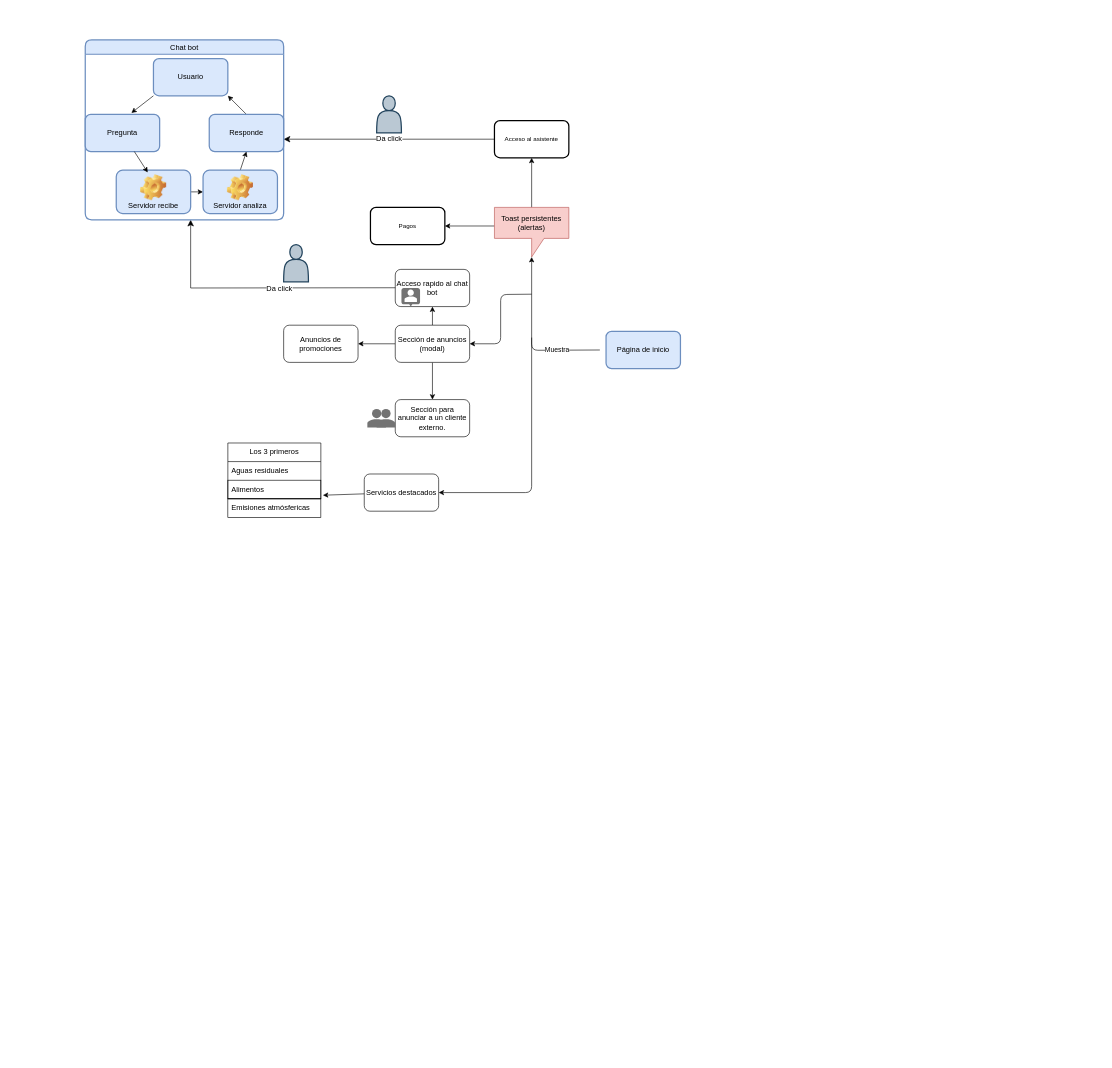
Above: page "Inicio" (2 of 6) of diagrama_flujo_acciones_NEXUS.drawio in JIvanRL/ICAYS_NEXUS (draw.io), before the change. Source tidied: cells renumbered, new cells numbered last; positions are measured from the earlier drawing's top-left corner, leaving out a move shared by most shapes. Both pictures are drawn from the tidied source at 62%, with x=0, y=0 at pixel (85, 40).
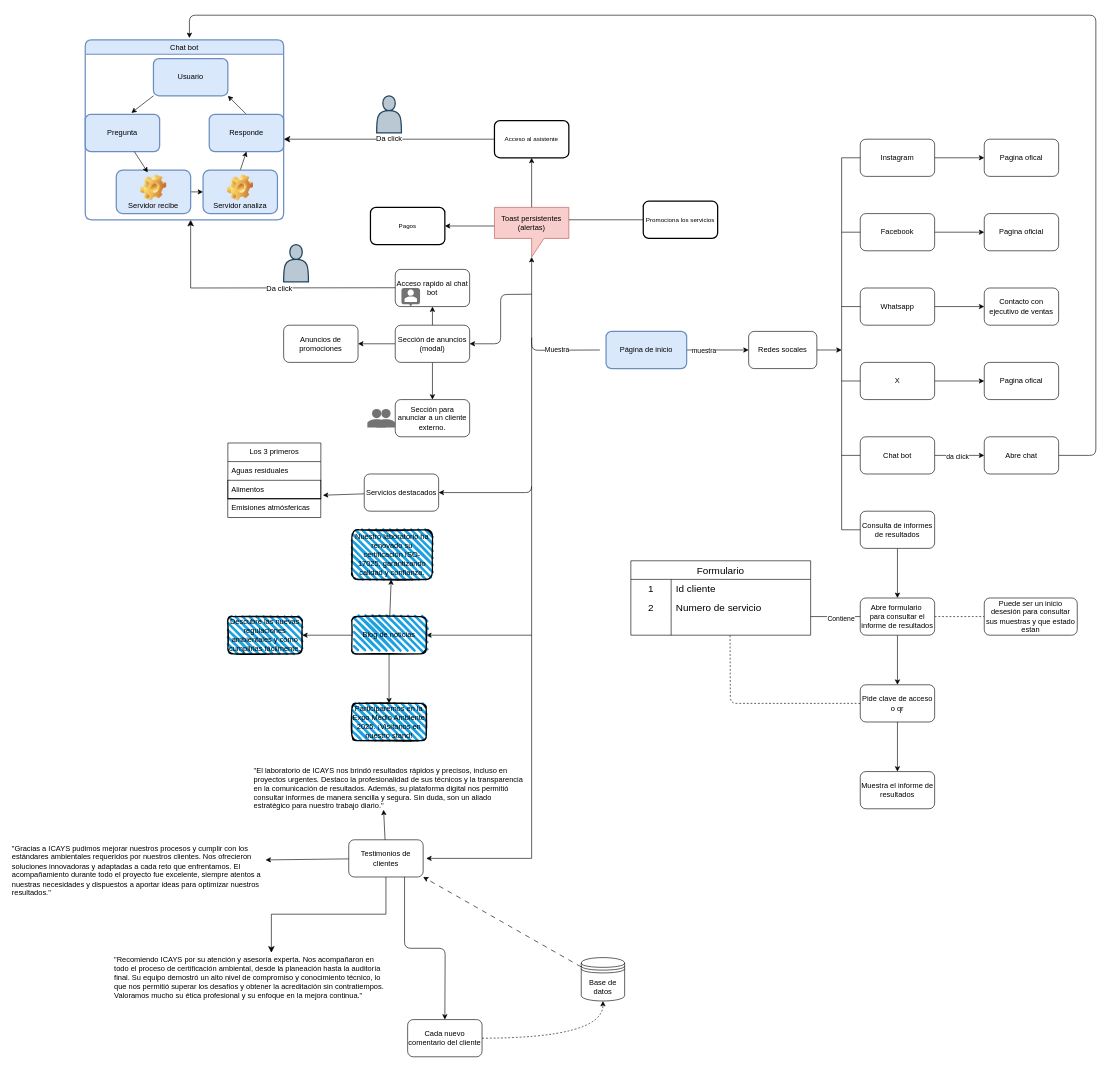
The same page after the edit.

Commit message (it also covers changes not shown here):
Mejoras en portal ICAYS: ajustes de estilos, conexión de servicios a formulario de cotización, modal de éxito funcional. Cambios al 2025-12-12.

Unchanged cells that the change refers to:
```xml
<mxCell id="32" value="Chat bot" style="swimlane;rounded=1;strokeColor=#6c8ebf;strokeWidth=2;align=center;verticalAlign=middle;fontFamily=Helvetica;fontSize=12;fontColor=default;fontStyle=0;fillColor=#dae8fc;" parent="1" vertex="1">
  <mxGeometry width="320" height="290" as="geometry" />
</mxCell>
```

Change to the diagram source:
```diff
@@
+    <mxCell id="43" style="edgeStyle=none;html=1;" parent="1" edge="1" source="25">
+      <mxGeometry relative="1" as="geometry">
+        <mxPoint x="1070" y="500" as="targetPoint" />
+      </mxGeometry>
+    </mxCell>
+    <mxCell id="44" value="muestra" style="edgeLabel;html=1;align=center;verticalAlign=middle;" parent="43" vertex="1">
+      <mxGeometry x="-0.47" y="-1" relative="1" as="geometry" />
+    </mxCell>
     <mxCell id="25" value="Página de inicio" style="rounded=1;whiteSpace=wrap;html=1;strokeColor=#6c8ebf;strokeWidth=2;align=center;verticalAlign=middle;fontFamily=Helvetica;fontSize=12;fontColor=default;fontStyle=0;fillColor=#dae8fc;" parent="1" vertex="1">
-      <mxGeometry x="840" y="470" width="120" height="60" as="geometry" />
+      <mxGeometry x="840" y="470" width="130" height="60" as="geometry" />
     </mxCell>
@@
+    <mxCell id="45" style="endArrow=none;html=1;" parent="1" edge="1">
+      <mxGeometry relative="1" as="geometry">
+        <mxPoint x="720" y="1320" as="sourcePoint" />
+        <mxPoint x="720" y="720" as="targetPoint" />
+      </mxGeometry>
+    </mxCell>
+    <mxCell id="46" style="endArrow=classic;html=1;" parent="1" edge="1">
+      <mxGeometry relative="1" as="geometry">
+        <mxPoint x="720" y="960" as="sourcePoint" />
+        <mxPoint x="550" y="960" as="targetPoint" />
+      </mxGeometry>
+    </mxCell>
+    <mxCell id="47" style="edgeStyle=none;html=1;" parent="1" edge="1" source="50" target="51">
+      <mxGeometry relative="1" as="geometry" />
+    </mxCell>
+    <mxCell id="48" style="edgeStyle=none;html=1;" parent="1" edge="1" source="50" target="52">
+      <mxGeometry relative="1" as="geometry" />
+    </mxCell>
+    <mxCell id="49" style="edgeStyle=none;html=1;" parent="1" edge="1" source="50" target="53">
+      <mxGeometry relative="1" as="geometry" />
+    </mxCell>
+    <mxCell id="50" value="Blog de noticias" style="rounded=1;whiteSpace=wrap;html=1;strokeWidth=2;fillWeight=4;hachureGap=8;hachureAngle=45;fillColor=#1ba1e2;sketch=1;" parent="1" vertex="1">
+      <mxGeometry x="430" y="930" width="120" height="60" as="geometry" />
+    </mxCell>
+    <mxCell id="51" value="Nuestro laboratorio ha renovado su certificación ISO-17025, garantizando calidad y confianza." style="whiteSpace=wrap;html=1;fillColor=#1ba1e2;rounded=1;strokeWidth=2;fillWeight=4;hachureGap=8;hachureAngle=45;sketch=1;" parent="1" vertex="1">
+      <mxGeometry x="430" y="790" width="130" height="80" as="geometry" />
+    </mxCell>
+    <mxCell id="52" value="Descubre las nuevas regulaciones ambientales y cómo cumplirlas fácilmente." style="rounded=1;whiteSpace=wrap;html=1;strokeWidth=2;fillWeight=4;hachureGap=8;hachureAngle=45;fillColor=#1ba1e2;sketch=1;" parent="1" vertex="1">
+      <mxGeometry x="230" y="930" width="120" height="60" as="geometry" />
+    </mxCell>
+    <mxCell id="53" value="Participaremos en la Expo Medio Ambiente 2025. ¡Visítanos en nuestro stand!" style="whiteSpace=wrap;html=1;fillColor=#1ba1e2;rounded=1;strokeWidth=2;fillWeight=4;hachureGap=8;hachureAngle=45;sketch=1;" parent="1" vertex="1">
+      <mxGeometry x="430" y="1070" width="120" height="60" as="geometry" />
+    </mxCell>
+    <mxCell id="54" style="endArrow=classic;html=1;" parent="1" edge="1">
+      <mxGeometry relative="1" as="geometry">
+        <mxPoint x="720" y="1320" as="sourcePoint" />
+        <mxPoint x="550" y="1320" as="targetPoint" />
+      </mxGeometry>
+    </mxCell>
+    <mxCell id="55" style="edgeStyle=orthogonalEdgeStyle;html=1;exitX=0.75;exitY=1;exitDx=0;exitDy=0;" parent="1" edge="1" source="56">
+      <mxGeometry relative="1" as="geometry">
+        <mxPoint x="580" y="1580" as="targetPoint" />
+      </mxGeometry>
+    </mxCell>
+    <mxCell id="56" value="Testimonios de clientes" style="rounded=1;whiteSpace=wrap;html=1;" parent="1" vertex="1">
+      <mxGeometry x="425" y="1290" width="120" height="60" as="geometry" />
+    </mxCell>
+    <mxCell id="57" value="&lt;h1 style=&quot;margin-top: 0px;&quot;&gt;&lt;br&gt;&lt;/h1&gt;&lt;p&gt;&quot;El laboratorio de ICAYS nos brindó resultados rápidos y precisos, incluso en proyectos urgentes. Destaco la profesionalidad de sus técnicos y la transparencia en la comunicación de resultados. Además, su plataforma digital nos permitió consultar informes de manera sencilla y segura. Sin duda, son un aliado estratégico para nuestro trabajo diario.&quot;&lt;/p&gt;" style="text;html=1;whiteSpace=wrap;overflow=hidden;rounded=0;" parent="1" vertex="1">
+      <mxGeometry x="270" y="1120" width="440" height="120" as="geometry" />
+    </mxCell>
+    <mxCell id="58" style="edgeStyle=none;html=1;entryX=0.48;entryY=1.013;entryDx=0;entryDy=0;entryPerimeter=0;" parent="1" edge="1" source="56" target="57">
+      <mxGeometry relative="1" as="geometry" />
+    </mxCell>
+    <mxCell id="59" value="&quot;Gracias a ICAYS pudimos mejorar nuestros procesos y cumplir con los estándares ambientales requeridos por nuestros clientes. Nos ofrecieron soluciones innovadoras y adaptadas a cada reto que enfrentamos. El acompañamiento durante todo el proyecto fue excelente, siempre atentos a nuestras necesidades y dispuestos a aportar ideas para optimizar nuestros resultados.&quot;" style="text;whiteSpace=wrap;" parent="1" vertex="1">
+      <mxGeometry x="-120" y="1290" width="410" height="80" as="geometry" />
+    </mxCell>
+    <mxCell id="60" value="&quot;Recomiendo ICAYS por su atención y asesoría experta. Nos acompañaron en todo el proceso de certificación ambiental, desde la planeación hasta la auditoría final. Su equipo demostró un alto nivel de compromiso y conocimiento técnico, lo que nos permitió superar los desafíos y obtener la acreditación sin contratiempos. Valoramos mucho su ética profesional y su enfoque en la mejora continua.&quot;" style="text;whiteSpace=wrap;" parent="1" vertex="1">
+      <mxGeometry x="45" y="1470" width="440" height="100" as="geometry" />
+    </mxCell>
+    <mxCell id="61" style="edgeStyle=none;html=1;entryX=1.002;entryY=0.406;entryDx=0;entryDy=0;entryPerimeter=0;" parent="1" edge="1" source="56" target="59">
+      <mxGeometry relative="1" as="geometry" />
+    </mxCell>
+    <mxCell id="62" style="edgeStyle=segmentEdgeStyle;endArrow=classic;html=1;curved=0;rounded=0;endSize=8;startSize=8;entryX=0.58;entryY=0.021;entryDx=0;entryDy=0;entryPerimeter=0;exitX=0.5;exitY=1;exitDx=0;exitDy=0;" parent="1" edge="1" source="56" target="60">
+      <mxGeometry relative="1" as="geometry">
+        <Array as="points">
+          <mxPoint x="485" y="1410" />
+          <mxPoint x="300" y="1410" />
+        </Array>
+      </mxGeometry>
+    </mxCell>
+    <mxCell id="63" style="edgeStyle=none;html=1;entryX=1;entryY=1;entryDx=0;entryDy=0;dashed=1;dashPattern=8 8;" parent="1" edge="1" source="64" target="56">
+      <mxGeometry relative="1" as="geometry" />
+    </mxCell>
+    <mxCell id="64" value="Base de datos" style="shape=datastore;whiteSpace=wrap;html=1;" parent="1" vertex="1">
+      <mxGeometry x="800" y="1480" width="70" height="70" as="geometry" />
+    </mxCell>
+    <mxCell id="65" style="edgeStyle=orthogonalEdgeStyle;html=1;entryX=0.5;entryY=1;entryDx=0;entryDy=0;dashed=1;elbow=vertical;curved=1;" parent="1" edge="1" source="66" target="64">
+      <mxGeometry relative="1" as="geometry" />
+    </mxCell>
+    <mxCell id="66" value="Cada nuevo comentario del cliente" style="rounded=1;whiteSpace=wrap;html=1;" parent="1" vertex="1">
+      <mxGeometry x="520" y="1580" width="120" height="60" as="geometry" />
+    </mxCell>
+    <mxCell id="67" style="endArrow=none;html=1;" parent="1" edge="1">
+      <mxGeometry relative="1" as="geometry">
+        <mxPoint x="780" y="290" as="sourcePoint" />
+        <mxPoint x="900" y="290" as="targetPoint" />
+      </mxGeometry>
+    </mxCell>
+    <mxCell id="68" value="&lt;font size=&quot;1&quot;&gt;&lt;span&gt;Promociona los servicios&lt;/span&gt;&lt;/font&gt;" style="rounded=1;whiteSpace=wrap;html=1;fillColor=none;strokeWidth=2;fontStyle=0;" parent="1" vertex="1">
+      <mxGeometry x="900" y="260" width="120" height="60" as="geometry" />
+    </mxCell>
+    <mxCell id="69" style="edgeStyle=none;html=1;" parent="1" edge="1" source="70">
+      <mxGeometry relative="1" as="geometry">
+        <mxPoint x="1220" y="500" as="targetPoint" />
+      </mxGeometry>
+    </mxCell>
+    <mxCell id="70" value="Redes socales" style="rounded=1;whiteSpace=wrap;html=1;" parent="1" vertex="1">
+      <mxGeometry x="1070" y="470" width="110" height="60" as="geometry" />
+    </mxCell>
+    <mxCell id="71" style="edgeStyle=none;html=1;endArrow=none;endFill=0;" parent="1" edge="1" source="73">
+      <mxGeometry relative="1" as="geometry">
+        <mxPoint x="1220" y="550" as="targetPoint" />
+      </mxGeometry>
+    </mxCell>
+    <mxCell id="72" style="edgeStyle=none;html=1;" parent="1" edge="1" source="73" target="93">
+      <mxGeometry relative="1" as="geometry" />
+    </mxCell>
+    <mxCell id="73" value="X" style="rounded=1;whiteSpace=wrap;html=1;" parent="1" vertex="1">
+      <mxGeometry x="1250" y="520" width="120" height="60" as="geometry" />
+    </mxCell>
+    <mxCell id="74" style="edgeStyle=none;html=1;endArrow=none;endFill=0;" parent="1" edge="1" source="76">
+      <mxGeometry relative="1" as="geometry">
+        <mxPoint x="1220" y="430" as="targetPoint" />
+      </mxGeometry>
+    </mxCell>
+    <mxCell id="75" style="edgeStyle=none;html=1;" parent="1" edge="1" source="76" target="94">
+      <mxGeometry relative="1" as="geometry" />
+    </mxCell>
+    <mxCell id="76" value="Whatsapp" style="rounded=1;whiteSpace=wrap;html=1;" parent="1" vertex="1">
+      <mxGeometry x="1250" y="400" width="120" height="60" as="geometry" />
+    </mxCell>
+    <mxCell id="77" style="edgeStyle=none;html=1;endArrow=none;endFill=0;" parent="1" edge="1" source="79">
+      <mxGeometry relative="1" as="geometry">
+        <mxPoint x="1220" y="310" as="targetPoint" />
+      </mxGeometry>
+    </mxCell>
+    <mxCell id="78" style="edgeStyle=none;html=1;" parent="1" edge="1" source="79" target="95">
+      <mxGeometry relative="1" as="geometry" />
+    </mxCell>
+    <mxCell id="79" value="Facebook" style="rounded=1;whiteSpace=wrap;html=1;" parent="1" vertex="1">
+      <mxGeometry x="1250" y="280" width="120" height="60" as="geometry" />
+    </mxCell>
+    <mxCell id="80" style="edgeStyle=none;html=1;endArrow=none;endFill=0;" parent="1" edge="1" source="82">
+      <mxGeometry relative="1" as="geometry">
+        <mxPoint x="1220" y="190" as="targetPoint" />
+      </mxGeometry>
+    </mxCell>
+    <mxCell id="81" style="edgeStyle=none;html=1;" parent="1" edge="1" source="82" target="96">
+      <mxGeometry relative="1" as="geometry" />
+    </mxCell>
+    <mxCell id="82" value="Instagram" style="rounded=1;whiteSpace=wrap;html=1;" parent="1" vertex="1">
+      <mxGeometry x="1250" y="160" width="120" height="60" as="geometry" />
+    </mxCell>
+    <mxCell id="83" style="edgeStyle=none;html=1;endArrow=none;endFill=0;" parent="1" edge="1" source="86">
+      <mxGeometry relative="1" as="geometry">
+        <mxPoint x="1220" y="670" as="targetPoint" />
+      </mxGeometry>
+    </mxCell>
+    <mxCell id="84" style="edgeStyle=none;html=1;" parent="1" edge="1" source="86" target="92">
+      <mxGeometry relative="1" as="geometry" />
+    </mxCell>
+    <mxCell id="85" value="da click" style="edgeLabel;html=1;align=center;verticalAlign=middle;" parent="84" vertex="1">
+      <mxGeometry x="-0.1" y="-1" relative="1" as="geometry" />
+    </mxCell>
+    <mxCell id="86" value="Chat bot" style="rounded=1;whiteSpace=wrap;html=1;" parent="1" vertex="1">
+      <mxGeometry x="1250" y="640" width="120" height="60" as="geometry" />
+    </mxCell>
+    <mxCell id="87" style="edgeStyle=none;html=1;startArrow=none;startFill=0;endArrow=none;endFill=0;" parent="1" edge="1" source="89">
+      <mxGeometry relative="1" as="geometry">
+        <mxPoint x="1220" y="790" as="targetPoint" />
+      </mxGeometry>
+    </mxCell>
+    <mxCell id="88" style="edgeStyle=none;html=1;" parent="1" edge="1" source="89" target="101">
+      <mxGeometry relative="1" as="geometry" />
+    </mxCell>
+    <mxCell id="89" value="Consulta de informes de resultados" style="rounded=1;whiteSpace=wrap;html=1;" parent="1" vertex="1">
+      <mxGeometry x="1250" y="760" width="120" height="60" as="geometry" />
+    </mxCell>
+    <mxCell id="90" style="endArrow=none;html=1;" parent="1" edge="1">
+      <mxGeometry relative="1" as="geometry">
+        <mxPoint x="1220" y="790" as="sourcePoint" />
+        <mxPoint x="1220" y="190" as="targetPoint" />
+      </mxGeometry>
+    </mxCell>
+    <mxCell id="91" style="edgeStyle=orthogonalEdgeStyle;html=1;entryX=0.525;entryY=-0.011;entryDx=0;entryDy=0;entryPerimeter=0;" parent="1" edge="1" source="92" target="32">
+      <mxGeometry relative="1" as="geometry">
+        <Array as="points">
+          <mxPoint x="1630" y="670" />
+          <mxPoint x="1630" y="-40" />
+          <mxPoint x="168" y="-40" />
+        </Array>
+      </mxGeometry>
+    </mxCell>
+    <mxCell id="92" value="Abre chat" style="rounded=1;whiteSpace=wrap;html=1;" parent="1" vertex="1">
+      <mxGeometry x="1450" y="640" width="120" height="60" as="geometry" />
+    </mxCell>
+    <mxCell id="93" value="Pagina ofical" style="rounded=1;whiteSpace=wrap;html=1;" parent="1" vertex="1">
+      <mxGeometry x="1450" y="520" width="120" height="60" as="geometry" />
+    </mxCell>
+    <mxCell id="94" value="Contacto con ejecutivo de ventas" style="rounded=1;whiteSpace=wrap;html=1;" parent="1" vertex="1">
+      <mxGeometry x="1450" y="400" width="120" height="60" as="geometry" />
+    </mxCell>
+    <mxCell id="95" value="Pagina oficial" style="rounded=1;whiteSpace=wrap;html=1;" parent="1" vertex="1">
+      <mxGeometry x="1450" y="280" width="120" height="60" as="geometry" />
+    </mxCell>
+    <mxCell id="96" value="Pagina ofical" style="whiteSpace=wrap;html=1;rounded=1;" parent="1" vertex="1">
+      <mxGeometry x="1450" y="160" width="120" height="60" as="geometry" />
+    </mxCell>
+    <mxCell id="97" style="edgeStyle=none;html=1;endArrow=none;endFill=0;dashed=1;" parent="1" edge="1" source="101" target="102">
+      <mxGeometry relative="1" as="geometry" />
+    </mxCell>
+    <mxCell id="98" style="edgeStyle=none;html=1;" parent="1" edge="1" source="101" target="104">
+      <mxGeometry relative="1" as="geometry" />
+    </mxCell>
+    <mxCell id="99" style="edgeStyle=none;html=1;endArrow=none;endFill=0;" parent="1" edge="1" source="101">
+      <mxGeometry relative="1" as="geometry">
+        <mxPoint x="1170" y="930" as="targetPoint" />
+      </mxGeometry>
+    </mxCell>
+    <mxCell id="100" value="Contiene" style="edgeLabel;html=1;align=center;verticalAlign=middle;" parent="99" vertex="1">
+      <mxGeometry x="-0.19" y="2" relative="1" as="geometry" />
+    </mxCell>
+    <mxCell id="101" value="Abre formulario&amp;nbsp;&lt;div&gt;para consultar el informe de resultados&lt;/div&gt;" style="whiteSpace=wrap;html=1;rounded=1;" parent="1" vertex="1">
+      <mxGeometry x="1250" y="900" width="120" height="60" as="geometry" />
+    </mxCell>
+    <mxCell id="102" value="Puede ser un inicio desesión para consultar sus muestras y que estado estan" style="whiteSpace=wrap;html=1;rounded=1;" parent="1" vertex="1">
+      <mxGeometry x="1450" y="900" width="150" height="60" as="geometry" />
+    </mxCell>
+    <mxCell id="103" style="edgeStyle=none;html=1;" parent="1" edge="1" source="104" target="116">
+      <mxGeometry relative="1" as="geometry" />
+    </mxCell>
+    <mxCell id="104" value="Pide clave de acceso o qr" style="whiteSpace=wrap;html=1;rounded=1;" parent="1" vertex="1">
+      <mxGeometry x="1250" y="1040" width="120" height="60" as="geometry" />
+    </mxCell>
+    <mxCell id="105" value="Formulario" style="shape=table;startSize=30;childLayout=tableLayout;rowLines=0;fontStyle=0;strokeColor=default;fontSize=16;" parent="1" vertex="1">
+      <mxGeometry x="880" y="840" width="290" height="120" as="geometry" />
+    </mxCell>
+    <mxCell id="106" style="shape=tableRow;horizontal=0;startSize=0;swimlaneHead=0;swimlaneBody=0;top=0;left=0;bottom=0;right=0;fillColor=none;strokeColor=inherit;fontSize=16;" parent="105" vertex="1">
+      <mxGeometry y="30" width="290" height="30" as="geometry" />
+    </mxCell>
+    <mxCell id="107" value="1" style="shape=partialRectangle;html=1;whiteSpace=wrap;fillColor=none;top=0;left=0;bottom=0;right=0;overflow=hidden;strokeColor=inherit;fontSize=16;" parent="106" vertex="1">
+      <mxGeometry width="65" height="30" as="geometry" />
+    </mxCell>
+    <mxCell id="108" value="Id cliente" style="shape=partialRectangle;html=1;whiteSpace=wrap;fillColor=none;top=0;left=0;bottom=0;right=0;align=left;spacingLeft=6;overflow=hidden;strokeColor=inherit;fontSize=16;" parent="106" vertex="1">
+      <mxGeometry x="65" width="225" height="30" as="geometry" />
+    </mxCell>
+    <mxCell id="109" style="shape=tableRow;horizontal=0;startSize=0;swimlaneHead=0;swimlaneBody=0;top=0;left=0;bottom=0;right=0;fillColor=none;strokeColor=inherit;fontSize=16;" parent="105" vertex="1">
+      <mxGeometry y="60" width="290" height="30" as="geometry" />
+    </mxCell>
+    <mxCell id="110" value="2" style="shape=partialRectangle;html=1;whiteSpace=wrap;fillColor=none;top=0;left=0;bottom=0;right=0;overflow=hidden;strokeColor=inherit;fontSize=16;" parent="109" vertex="1">
+      <mxGeometry width="65" height="30" as="geometry" />
+    </mxCell>
+    <mxCell id="111" value="Numero de servicio" style="shape=partialRectangle;html=1;whiteSpace=wrap;fillColor=none;top=0;left=0;bottom=0;right=0;align=left;spacingLeft=6;overflow=hidden;strokeColor=inherit;fontSize=16;" parent="109" vertex="1">
+      <mxGeometry x="65" width="225" height="30" as="geometry" />
+    </mxCell>
+    <mxCell id="112" style="shape=tableRow;horizontal=0;startSize=0;swimlaneHead=0;swimlaneBody=0;top=0;left=0;bottom=0;right=0;fillColor=none;strokeColor=inherit;fontSize=16;" parent="105" vertex="1">
+      <mxGeometry y="90" width="290" height="30" as="geometry" />
+    </mxCell>
+    <mxCell id="113" style="shape=partialRectangle;html=1;whiteSpace=wrap;fillColor=none;top=0;left=0;bottom=0;right=0;overflow=hidden;strokeColor=inherit;fontSize=16;" parent="112" vertex="1">
+      <mxGeometry width="65" height="30" as="geometry" />
+    </mxCell>
+    <mxCell id="114" style="shape=partialRectangle;html=1;whiteSpace=wrap;fillColor=none;top=0;left=0;bottom=0;right=0;align=left;spacingLeft=6;overflow=hidden;strokeColor=inherit;fontSize=16;" parent="112" vertex="1">
+      <mxGeometry x="65" width="225" height="30" as="geometry" />
+    </mxCell>
+    <mxCell id="115" style="endArrow=none;dashed=1;html=1;exitX=0;exitY=0.5;exitDx=0;exitDy=0;edgeStyle=orthogonalEdgeStyle;" parent="1" edge="1" source="104">
+      <mxGeometry relative="1" as="geometry">
+        <mxPoint x="1040" y="960" as="targetPoint" />
+      </mxGeometry>
+    </mxCell>
+    <mxCell id="116" value="Muestra el informe de resultados" style="whiteSpace=wrap;html=1;rounded=1;" parent="1" vertex="1">
+      <mxGeometry x="1250" y="1180" width="120" height="60" as="geometry" />
+    </mxCell>
```
